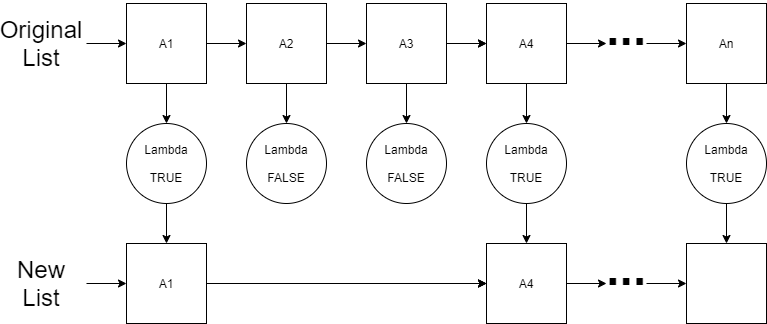
This is docs/images/filter.drawio.png from macbeth-byui/cse382-course, a draw.io export, as it was before one commit. Source tidied: cells renumbered, new cells last; positions are measured from the earlier drawing's top-left corner, leaving out a move shared by most shapes. Its diagram source:
```xml
<mxGraphModel>
  <root>
    <mxCell id="0" />
    <mxCell id="1" parent="0" />
    <mxCell id="2" style="edgeStyle=orthogonalEdgeStyle;rounded=0;jettySize=auto;html=1;exitX=0;exitY=0.5;exitDx=0;exitDy=0;startArrow=classic;startFill=1;endArrow=none;endFill=0;" parent="1" edge="1" source="4">
      <mxGeometry relative="1" as="geometry">
        <mxPoint x="75" y="40" as="targetPoint" />
      </mxGeometry>
    </mxCell>
    <mxCell id="3" style="edgeStyle=orthogonalEdgeStyle;rounded=0;jettySize=auto;html=1;exitX=0.5;exitY=1;exitDx=0;exitDy=0;entryX=0.5;entryY=0;entryDx=0;entryDy=0;startArrow=none;startFill=0;endArrow=classic;endFill=1;" parent="1" edge="1" source="4" target="21">
      <mxGeometry relative="1" as="geometry" />
    </mxCell>
    <mxCell id="4" value="A1" style="whiteSpace=wrap;html=1;" parent="1" vertex="1">
      <mxGeometry x="115" width="80" height="80" as="geometry" />
    </mxCell>
    <mxCell id="5" style="edgeStyle=orthogonalEdgeStyle;rounded=0;jettySize=auto;html=1;exitX=0;exitY=0.5;exitDx=0;exitDy=0;entryX=1;entryY=0.5;entryDx=0;entryDy=0;startArrow=classic;startFill=1;endArrow=none;endFill=0;" parent="1" edge="1" source="7" target="4">
      <mxGeometry relative="1" as="geometry" />
    </mxCell>
    <mxCell id="6" style="edgeStyle=orthogonalEdgeStyle;rounded=0;jettySize=auto;html=1;startArrow=none;startFill=0;endArrow=classic;endFill=1;" parent="1" edge="1" source="7" target="22">
      <mxGeometry relative="1" as="geometry" />
    </mxCell>
    <mxCell id="7" value="A2" style="whiteSpace=wrap;html=1;" parent="1" vertex="1">
      <mxGeometry x="235" width="80" height="80" as="geometry" />
    </mxCell>
    <mxCell id="8" style="edgeStyle=orthogonalEdgeStyle;rounded=0;jettySize=auto;html=1;exitX=0;exitY=0.5;exitDx=0;exitDy=0;entryX=1;entryY=0.5;entryDx=0;entryDy=0;startArrow=classic;startFill=1;endArrow=none;endFill=0;" parent="1" edge="1" source="11" target="7">
      <mxGeometry relative="1" as="geometry" />
    </mxCell>
    <mxCell id="9" style="edgeStyle=orthogonalEdgeStyle;rounded=0;jettySize=auto;html=1;startArrow=none;startFill=0;endArrow=classic;endFill=1;" parent="1" edge="1" source="11" target="23">
      <mxGeometry relative="1" as="geometry" />
    </mxCell>
    <mxCell id="10" style="edgeStyle=orthogonalEdgeStyle;rounded=0;jettySize=auto;html=1;startArrow=none;startFill=0;endArrow=classic;endFill=1;" parent="1" edge="1" source="11" target="15">
      <mxGeometry relative="1" as="geometry" />
    </mxCell>
    <mxCell id="11" value="A3" style="whiteSpace=wrap;html=1;" parent="1" vertex="1">
      <mxGeometry x="355" width="80" height="80" as="geometry" />
    </mxCell>
    <mxCell id="12" style="edgeStyle=orthogonalEdgeStyle;rounded=0;jettySize=auto;html=1;exitX=0;exitY=0.5;exitDx=0;exitDy=0;startArrow=classic;startFill=1;endArrow=none;endFill=0;" parent="1" edge="1" source="15">
      <mxGeometry relative="1" as="geometry">
        <mxPoint x="445" y="40" as="targetPoint" />
      </mxGeometry>
    </mxCell>
    <mxCell id="13" style="edgeStyle=orthogonalEdgeStyle;rounded=0;jettySize=auto;html=1;exitX=1;exitY=0.5;exitDx=0;exitDy=0;startArrow=none;startFill=0;endArrow=classic;endFill=1;" parent="1" edge="1" source="15">
      <mxGeometry relative="1" as="geometry">
        <mxPoint x="595" y="40" as="targetPoint" />
      </mxGeometry>
    </mxCell>
    <mxCell id="14" style="edgeStyle=orthogonalEdgeStyle;rounded=0;jettySize=auto;html=1;startArrow=none;startFill=0;endArrow=classic;endFill=1;" parent="1" edge="1" source="15" target="25">
      <mxGeometry relative="1" as="geometry" />
    </mxCell>
    <mxCell id="15" value="A4" style="whiteSpace=wrap;html=1;" parent="1" vertex="1">
      <mxGeometry x="475" width="80" height="80" as="geometry" />
    </mxCell>
    <mxCell id="16" style="edgeStyle=orthogonalEdgeStyle;rounded=0;jettySize=auto;html=1;exitX=0;exitY=0.5;exitDx=0;exitDy=0;startArrow=classic;startFill=1;endArrow=none;endFill=0;" parent="1" edge="1" source="18">
      <mxGeometry relative="1" as="geometry">
        <mxPoint x="635" y="40" as="targetPoint" />
      </mxGeometry>
    </mxCell>
    <mxCell id="17" style="edgeStyle=orthogonalEdgeStyle;rounded=0;jettySize=auto;html=1;startArrow=none;startFill=0;endArrow=classic;endFill=1;" parent="1" edge="1" source="18" target="27">
      <mxGeometry relative="1" as="geometry" />
    </mxCell>
    <mxCell id="18" value="An" style="whiteSpace=wrap;html=1;" parent="1" vertex="1">
      <mxGeometry x="675" width="80" height="80" as="geometry" />
    </mxCell>
    <mxCell id="19" value="&lt;b&gt;&lt;font style=&quot;font-size: 48px&quot;&gt;...&lt;/font&gt;&lt;/b&gt;" style="text;html=1;strokeColor=none;fillColor=none;align=center;verticalAlign=middle;whiteSpace=wrap;rounded=0;" parent="1" vertex="1">
      <mxGeometry x="585" y="10" width="60" height="30" as="geometry" />
    </mxCell>
    <mxCell id="20" style="edgeStyle=orthogonalEdgeStyle;rounded=0;jettySize=auto;html=1;" parent="1" edge="1" source="21" target="30">
      <mxGeometry relative="1" as="geometry" />
    </mxCell>
    <mxCell id="21" value="Lambda&lt;br&gt;&lt;br&gt;TRUE" style="ellipse;whiteSpace=wrap;html=1;" parent="1" vertex="1">
      <mxGeometry x="115" y="120" width="80" height="80" as="geometry" />
    </mxCell>
    <mxCell id="22" value="Lambda&lt;br&gt;&lt;br&gt;FALSE" style="ellipse;whiteSpace=wrap;html=1;" parent="1" vertex="1">
      <mxGeometry x="235" y="120" width="80" height="80" as="geometry" />
    </mxCell>
    <mxCell id="23" value="Lambda&lt;br&gt;&lt;br&gt;FALSE" style="ellipse;whiteSpace=wrap;html=1;" parent="1" vertex="1">
      <mxGeometry x="355" y="120" width="80" height="80" as="geometry" />
    </mxCell>
    <mxCell id="24" style="edgeStyle=orthogonalEdgeStyle;rounded=0;jettySize=auto;html=1;" parent="1" edge="1" source="25" target="35">
      <mxGeometry relative="1" as="geometry" />
    </mxCell>
    <mxCell id="25" value="Lambda&lt;br&gt;&lt;br&gt;TRUE" style="ellipse;whiteSpace=wrap;html=1;" parent="1" vertex="1">
      <mxGeometry x="475" y="120" width="80" height="80" as="geometry" />
    </mxCell>
    <mxCell id="26" style="edgeStyle=orthogonalEdgeStyle;rounded=0;jettySize=auto;html=1;" parent="1" edge="1" source="27" target="37">
      <mxGeometry relative="1" as="geometry" />
    </mxCell>
    <mxCell id="27" value="Lambda&lt;br&gt;&lt;br&gt;TRUE" style="ellipse;whiteSpace=wrap;html=1;" parent="1" vertex="1">
      <mxGeometry x="675" y="120" width="80" height="80" as="geometry" />
    </mxCell>
    <mxCell id="28" value="&lt;font style=&quot;font-size: 24px&quot;&gt;Original&lt;br&gt;List&lt;br&gt;&lt;/font&gt;" style="text;html=1;strokeColor=none;fillColor=none;align=center;verticalAlign=middle;whiteSpace=wrap;rounded=0;" parent="1" vertex="1">
      <mxGeometry y="25" width="60" height="30" as="geometry" />
    </mxCell>
    <mxCell id="29" style="edgeStyle=orthogonalEdgeStyle;rounded=0;jettySize=auto;html=1;exitX=0;exitY=0.5;exitDx=0;exitDy=0;startArrow=classic;startFill=1;endArrow=none;endFill=0;" parent="1" edge="1" source="30">
      <mxGeometry relative="1" as="geometry">
        <mxPoint x="75" y="280" as="targetPoint" />
      </mxGeometry>
    </mxCell>
    <mxCell id="30" value="A1" style="whiteSpace=wrap;html=1;" parent="1" vertex="1">
      <mxGeometry x="115" y="240" width="80" height="80" as="geometry" />
    </mxCell>
    <mxCell id="31" style="edgeStyle=orthogonalEdgeStyle;rounded=0;jettySize=auto;html=1;exitX=0;exitY=0.5;exitDx=0;exitDy=0;entryX=1;entryY=0.5;entryDx=0;entryDy=0;startArrow=classic;startFill=1;endArrow=none;endFill=0;" parent="1" edge="1" source="35" target="30">
      <mxGeometry relative="1" as="geometry" />
    </mxCell>
    <mxCell id="32" style="edgeStyle=orthogonalEdgeStyle;rounded=0;jettySize=auto;html=1;startArrow=none;startFill=0;endArrow=classic;endFill=1;" parent="1" edge="1" target="35">
      <mxGeometry relative="1" as="geometry">
        <mxPoint x="435" y="280" as="sourcePoint" />
      </mxGeometry>
    </mxCell>
    <mxCell id="33" style="edgeStyle=orthogonalEdgeStyle;rounded=0;jettySize=auto;html=1;exitX=0;exitY=0.5;exitDx=0;exitDy=0;startArrow=classic;startFill=1;endArrow=none;endFill=0;" parent="1" edge="1" source="35">
      <mxGeometry relative="1" as="geometry">
        <mxPoint x="445" y="280" as="targetPoint" />
      </mxGeometry>
    </mxCell>
    <mxCell id="34" style="edgeStyle=orthogonalEdgeStyle;rounded=0;jettySize=auto;html=1;exitX=1;exitY=0.5;exitDx=0;exitDy=0;startArrow=none;startFill=0;endArrow=classic;endFill=1;" parent="1" edge="1" source="35">
      <mxGeometry relative="1" as="geometry">
        <mxPoint x="595" y="280" as="targetPoint" />
      </mxGeometry>
    </mxCell>
    <mxCell id="35" value="A4" style="whiteSpace=wrap;html=1;" parent="1" vertex="1">
      <mxGeometry x="475" y="240" width="80" height="80" as="geometry" />
    </mxCell>
    <mxCell id="36" style="edgeStyle=orthogonalEdgeStyle;rounded=0;jettySize=auto;html=1;exitX=0;exitY=0.5;exitDx=0;exitDy=0;startArrow=classic;startFill=1;endArrow=none;endFill=0;" parent="1" edge="1" source="37">
      <mxGeometry relative="1" as="geometry">
        <mxPoint x="635" y="280" as="targetPoint" />
      </mxGeometry>
    </mxCell>
    <mxCell id="37" style="whiteSpace=wrap;html=1;" parent="1" vertex="1">
      <mxGeometry x="675" y="240" width="80" height="80" as="geometry" />
    </mxCell>
    <mxCell id="38" value="&lt;b&gt;&lt;font style=&quot;font-size: 48px&quot;&gt;...&lt;/font&gt;&lt;/b&gt;" style="text;html=1;strokeColor=none;fillColor=none;align=center;verticalAlign=middle;whiteSpace=wrap;rounded=0;" parent="1" vertex="1">
      <mxGeometry x="585" y="250" width="60" height="30" as="geometry" />
    </mxCell>
    <mxCell id="39" value="&lt;font style=&quot;font-size: 24px&quot;&gt;New&lt;br&gt;List&lt;br&gt;&lt;/font&gt;" style="text;html=1;strokeColor=none;fillColor=none;align=center;verticalAlign=middle;whiteSpace=wrap;rounded=0;" parent="1" vertex="1">
      <mxGeometry y="265" width="60" height="30" as="geometry" />
    </mxCell>
  </root>
</mxGraphModel>
```
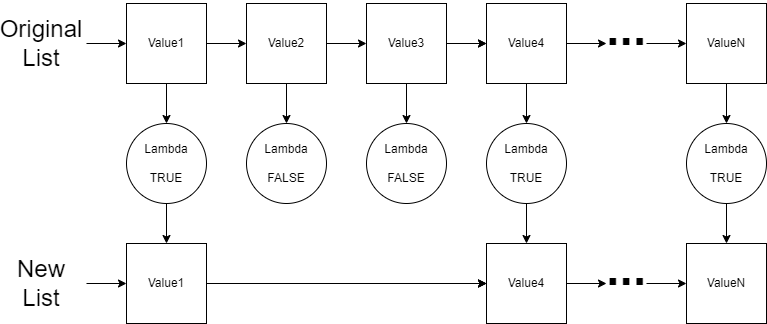
Above is the later version.

The edit, as a diff of the source:
```diff
@@ -10,7 +10,7 @@
     <mxCell id="3" style="edgeStyle=orthogonalEdgeStyle;rounded=0;jettySize=auto;html=1;exitX=0.5;exitY=1;exitDx=0;exitDy=0;entryX=0.5;entryY=0;entryDx=0;entryDy=0;startArrow=none;startFill=0;endArrow=classic;endFill=1;" parent="1" edge="1" source="4" target="21">
       <mxGeometry relative="1" as="geometry" />
     </mxCell>
-    <mxCell id="4" value="A1" style="whiteSpace=wrap;html=1;" parent="1" vertex="1">
+    <mxCell id="4" value="Value1" style="whiteSpace=wrap;html=1;" parent="1" vertex="1">
       <mxGeometry x="115" width="80" height="80" as="geometry" />
     </mxCell>
     <mxCell id="5" style="edgeStyle=orthogonalEdgeStyle;rounded=0;jettySize=auto;html=1;exitX=0;exitY=0.5;exitDx=0;exitDy=0;entryX=1;entryY=0.5;entryDx=0;entryDy=0;startArrow=classic;startFill=1;endArrow=none;endFill=0;" parent="1" edge="1" source="7" target="4">
@@ -19,7 +19,7 @@
     <mxCell id="6" style="edgeStyle=orthogonalEdgeStyle;rounded=0;jettySize=auto;html=1;startArrow=none;startFill=0;endArrow=classic;endFill=1;" parent="1" edge="1" source="7" target="22">
       <mxGeometry relative="1" as="geometry" />
     </mxCell>
-    <mxCell id="7" value="A2" style="whiteSpace=wrap;html=1;" parent="1" vertex="1">
+    <mxCell id="7" value="Value2" style="whiteSpace=wrap;html=1;" parent="1" vertex="1">
       <mxGeometry x="235" width="80" height="80" as="geometry" />
     </mxCell>
     <mxCell id="8" style="edgeStyle=orthogonalEdgeStyle;rounded=0;jettySize=auto;html=1;exitX=0;exitY=0.5;exitDx=0;exitDy=0;entryX=1;entryY=0.5;entryDx=0;entryDy=0;startArrow=classic;startFill=1;endArrow=none;endFill=0;" parent="1" edge="1" source="11" target="7">
@@ -31,7 +31,7 @@
     <mxCell id="10" style="edgeStyle=orthogonalEdgeStyle;rounded=0;jettySize=auto;html=1;startArrow=none;startFill=0;endArrow=classic;endFill=1;" parent="1" edge="1" source="11" target="15">
       <mxGeometry relative="1" as="geometry" />
     </mxCell>
-    <mxCell id="11" value="A3" style="whiteSpace=wrap;html=1;" parent="1" vertex="1">
+    <mxCell id="11" value="Value3" style="whiteSpace=wrap;html=1;" parent="1" vertex="1">
       <mxGeometry x="355" width="80" height="80" as="geometry" />
     </mxCell>
     <mxCell id="12" style="edgeStyle=orthogonalEdgeStyle;rounded=0;jettySize=auto;html=1;exitX=0;exitY=0.5;exitDx=0;exitDy=0;startArrow=classic;startFill=1;endArrow=none;endFill=0;" parent="1" edge="1" source="15">
@@ -47,7 +47,7 @@
     <mxCell id="14" style="edgeStyle=orthogonalEdgeStyle;rounded=0;jettySize=auto;html=1;startArrow=none;startFill=0;endArrow=classic;endFill=1;" parent="1" edge="1" source="15" target="25">
       <mxGeometry relative="1" as="geometry" />
     </mxCell>
-    <mxCell id="15" value="A4" style="whiteSpace=wrap;html=1;" parent="1" vertex="1">
+    <mxCell id="15" value="Value4" style="whiteSpace=wrap;html=1;" parent="1" vertex="1">
       <mxGeometry x="475" width="80" height="80" as="geometry" />
     </mxCell>
     <mxCell id="16" style="edgeStyle=orthogonalEdgeStyle;rounded=0;jettySize=auto;html=1;exitX=0;exitY=0.5;exitDx=0;exitDy=0;startArrow=classic;startFill=1;endArrow=none;endFill=0;" parent="1" edge="1" source="18">
@@ -58,7 +58,7 @@
     <mxCell id="17" style="edgeStyle=orthogonalEdgeStyle;rounded=0;jettySize=auto;html=1;startArrow=none;startFill=0;endArrow=classic;endFill=1;" parent="1" edge="1" source="18" target="27">
       <mxGeometry relative="1" as="geometry" />
     </mxCell>
-    <mxCell id="18" value="An" style="whiteSpace=wrap;html=1;" parent="1" vertex="1">
+    <mxCell id="18" value="ValueN" style="whiteSpace=wrap;html=1;" parent="1" vertex="1">
       <mxGeometry x="675" width="80" height="80" as="geometry" />
     </mxCell>
     <mxCell id="19" value="&lt;b&gt;&lt;font style=&quot;font-size: 48px&quot;&gt;...&lt;/font&gt;&lt;/b&gt;" style="text;html=1;strokeColor=none;fillColor=none;align=center;verticalAlign=middle;whiteSpace=wrap;rounded=0;" parent="1" vertex="1">
@@ -96,7 +96,7 @@
         <mxPoint x="75" y="280" as="targetPoint" />
       </mxGeometry>
     </mxCell>
-    <mxCell id="30" value="A1" style="whiteSpace=wrap;html=1;" parent="1" vertex="1">
+    <mxCell id="30" value="Value1" style="whiteSpace=wrap;html=1;" parent="1" vertex="1">
       <mxGeometry x="115" y="240" width="80" height="80" as="geometry" />
     </mxCell>
     <mxCell id="31" style="edgeStyle=orthogonalEdgeStyle;rounded=0;jettySize=auto;html=1;exitX=0;exitY=0.5;exitDx=0;exitDy=0;entryX=1;entryY=0.5;entryDx=0;entryDy=0;startArrow=classic;startFill=1;endArrow=none;endFill=0;" parent="1" edge="1" source="35" target="30">
@@ -117,7 +117,7 @@
         <mxPoint x="595" y="280" as="targetPoint" />
       </mxGeometry>
     </mxCell>
-    <mxCell id="35" value="A4" style="whiteSpace=wrap;html=1;" parent="1" vertex="1">
+    <mxCell id="35" value="Value4" style="whiteSpace=wrap;html=1;" parent="1" vertex="1">
       <mxGeometry x="475" y="240" width="80" height="80" as="geometry" />
     </mxCell>
     <mxCell id="36" style="edgeStyle=orthogonalEdgeStyle;rounded=0;jettySize=auto;html=1;exitX=0;exitY=0.5;exitDx=0;exitDy=0;startArrow=classic;startFill=1;endArrow=none;endFill=0;" parent="1" edge="1" source="37">
@@ -125,7 +125,7 @@
         <mxPoint x="635" y="280" as="targetPoint" />
       </mxGeometry>
     </mxCell>
-    <mxCell id="37" style="whiteSpace=wrap;html=1;" parent="1" vertex="1">
+    <mxCell id="37" value="ValueN" style="whiteSpace=wrap;html=1;" parent="1" vertex="1">
       <mxGeometry x="675" y="240" width="80" height="80" as="geometry" />
     </mxCell>
     <mxCell id="38" value="&lt;b&gt;&lt;font style=&quot;font-size: 48px&quot;&gt;...&lt;/font&gt;&lt;/b&gt;" style="text;html=1;strokeColor=none;fillColor=none;align=center;verticalAlign=middle;whiteSpace=wrap;rounded=0;" parent="1" vertex="1">
```
